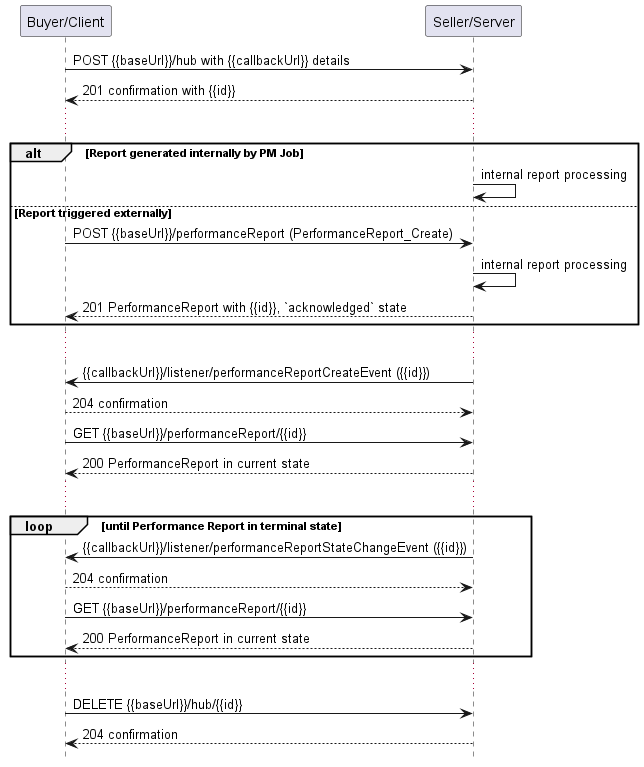
The PlantUML diagram documentation/serviceApi/pm/performance/media/useCase18Notification.png in MEF-GIT/MEF-LSO-Legato-SDK, before a commit.
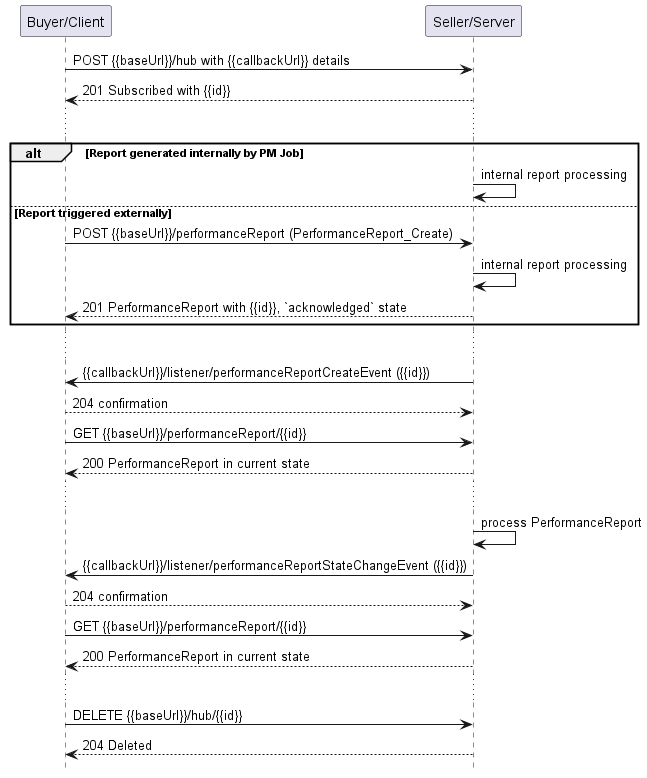
The same diagram one commit later.

The edit, as a diff of the source:
```diff
@@ -6,7 +6,7 @@
 participant "Seller/Server" as S
 
 B -> S: POST {{baseUrl}}/hub with {{callbackUrl}} details
-S --> B: 201 confirmation with {{id}}
+S --> B: 201 Subscribed with {{id}}
 ...
 
 alt Report generated internally by PM Job
@@ -25,16 +25,16 @@
 
 ...
 
-group loop [until Performance Report in terminal state]
-    S -> B: {{callbackUrl}}/listener/performanceReportStateChangeEvent ({{id}})
-    B --> S: 204 confirmation
-    B -> S:   GET {{baseUrl}}/performanceReport/{{id}}
-    return 200 PerformanceReport in current state
-end
+S -> S: process PerformanceReport
+
+S -> B: {{callbackUrl}}/listener/performanceReportStateChangeEvent ({{id}})
+B --> S: 204 confirmation
+B -> S:   GET {{baseUrl}}/performanceReport/{{id}}
+return 200 PerformanceReport in current state
 
 ...
 
 B -> S : DELETE {{baseUrl}}/hub/{{id}}
-S --> B : 204 confirmation
+S --> B : 204 Deleted
 
 @enduml
```
